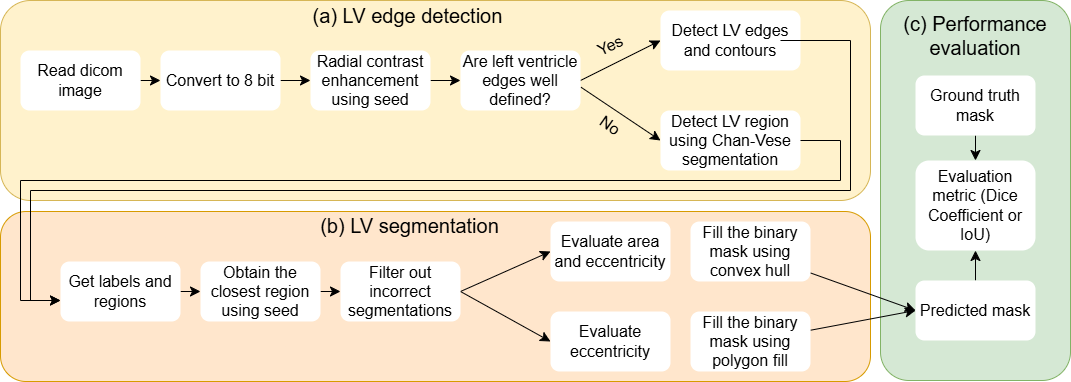
The draw.io diagram edge_detection_and_contours/edge_detection_pipeline.png in electronjia/heart_cardiac_mri_image_processing, before a commit. Source tidied: cells renumbered, new cells last; positions are measured from the earlier drawing's top-left corner, leaving out a move shared by most shapes.
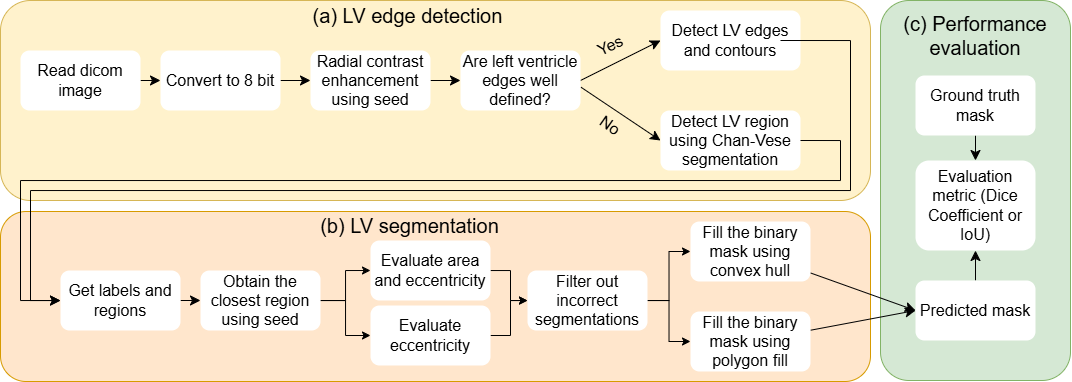
Later version of the same file.

The edit, as a diff of the source:
```diff
@@ -37,8 +37,11 @@
     <mxCell id="12" style="edgeStyle=none;curved=1;rounded=0;jettySize=auto;html=1;entryX=0;entryY=0.5;entryDx=0;entryDy=0;fontSize=12;startSize=8;endSize=8;fontFamily=Helvetica;strokeColor=none;" parent="1" edge="1" source="13" target="11">
       <mxGeometry relative="1" as="geometry" />
     </mxCell>
+    <mxCell id="50" style="edgeStyle=orthogonalEdgeStyle;rounded=0;jettySize=auto;html=1;" parent="1" edge="1" source="13" target="18">
+      <mxGeometry relative="1" as="geometry" />
+    </mxCell>
     <mxCell id="13" value="Evaluate area and eccentricity" style="rounded=1;whiteSpace=wrap;html=1;fontFamily=Helvetica;fontSize=16;strokeColor=none;" parent="1" vertex="1">
-      <mxGeometry x="550" y="221" width="120" height="60" as="geometry" />
+      <mxGeometry x="370" y="240" width="120" height="60" as="geometry" />
     </mxCell>
     <mxCell id="14" style="edgeStyle=none;curved=1;rounded=0;jettySize=auto;html=1;entryX=0;entryY=0.5;entryDx=0;entryDy=0;fontSize=12;startSize=8;endSize=8;exitX=1;exitY=0.5;exitDx=0;exitDy=0;fontFamily=Helvetica;strokeColor=none;" parent="1" edge="1" source="18" target="13">
       <mxGeometry relative="1" as="geometry" />
@@ -49,23 +52,26 @@
         <mxPoint x="550" y="342" as="targetPoint" />
       </mxGeometry>
     </mxCell>
-    <mxCell id="16" style="edgeStyle=none;curved=1;rounded=0;jettySize=auto;html=1;entryX=0;entryY=0.5;entryDx=0;entryDy=0;fontSize=12;startSize=8;endSize=8;exitX=1;exitY=0.5;exitDx=0;exitDy=0;" parent="1" edge="1" source="18" target="13">
-      <mxGeometry relative="1" as="geometry" />
-    </mxCell>
-    <mxCell id="17" style="edgeStyle=none;curved=1;rounded=0;jettySize=auto;html=1;entryX=0;entryY=0.5;entryDx=0;entryDy=0;fontSize=12;startSize=8;endSize=8;exitX=1;exitY=0.5;exitDx=0;exitDy=0;" parent="1" edge="1" source="18" target="31">
-      <mxGeometry relative="1" as="geometry" />
-    </mxCell>
+    <mxCell id="51" style="edgeStyle=orthogonalEdgeStyle;rounded=0;jettySize=auto;html=1;" parent="1" edge="1" source="18" target="11">
+      <mxGeometry relative="1" as="geometry" />
+    </mxCell>
+    <mxCell id="52" style="edgeStyle=orthogonalEdgeStyle;rounded=0;jettySize=auto;html=1;" parent="1" edge="1" source="18" target="29">
+      <mxGeometry relative="1" as="geometry" />
+    </mxCell>
     <mxCell id="18" value="Filter out incorrect segmentations" style="rounded=1;whiteSpace=wrap;html=1;fontFamily=Helvetica;fontSize=16;strokeColor=none;" parent="1" vertex="1">
-      <mxGeometry x="340" y="261" width="120" height="60" as="geometry" />
+      <mxGeometry x="527" y="270" width="120" height="60" as="geometry" />
     </mxCell>
     <mxCell id="19" style="edgeStyle=none;curved=1;rounded=0;jettySize=auto;html=1;entryX=0;entryY=0.5;entryDx=0;entryDy=0;fontSize=12;startSize=8;endSize=8;fontFamily=Helvetica;strokeColor=none;" parent="1" edge="1" source="21" target="18">
       <mxGeometry relative="1" as="geometry" />
     </mxCell>
-    <mxCell id="20" style="edgeStyle=none;curved=1;rounded=0;jettySize=auto;html=1;entryX=0;entryY=0.5;entryDx=0;entryDy=0;fontSize=12;startSize=8;endSize=8;" parent="1" edge="1" source="21" target="18">
-      <mxGeometry relative="1" as="geometry" />
-    </mxCell>
+    <mxCell id="53" style="edgeStyle=orthogonalEdgeStyle;rounded=0;jettySize=auto;html=1;entryX=0;entryY=0.5;entryDx=0;entryDy=0;" parent="1" edge="1" source="21" target="13">
+      <mxGeometry relative="1" as="geometry" />
+    </mxCell>
+    <mxCell id="54" style="edgeStyle=orthogonalEdgeStyle;rounded=0;jettySize=auto;html=1;entryX=0;entryY=0.5;entryDx=0;entryDy=0;" parent="1" edge="1" source="21" target="31">
+      <mxGeometry relative="1" as="geometry" />
+    </mxCell>
     <mxCell id="21" value="Obtain the closest region using seed" style="rounded=1;whiteSpace=wrap;html=1;fontFamily=Helvetica;fontSize=16;strokeColor=none;" parent="1" vertex="1">
-      <mxGeometry x="200" y="261" width="120" height="60" as="geometry" />
+      <mxGeometry x="200" y="270" width="120" height="60" as="geometry" />
     </mxCell>
     <mxCell id="22" style="edgeStyle=none;curved=1;rounded=0;jettySize=auto;html=1;entryX=0;entryY=0.5;entryDx=0;entryDy=0;fontSize=12;startSize=8;endSize=8;fontFamily=Helvetica;strokeColor=none;" parent="1" edge="1" source="24" target="21">
       <mxGeometry relative="1" as="geometry" />
@@ -74,7 +80,7 @@
       <mxGeometry relative="1" as="geometry" />
     </mxCell>
     <mxCell id="24" value="Get labels and regions" style="rounded=1;whiteSpace=wrap;html=1;fontFamily=Helvetica;fontSize=16;strokeColor=none;" parent="1" vertex="1">
-      <mxGeometry x="60" y="261" width="120" height="60" as="geometry" />
+      <mxGeometry x="60" y="270" width="120" height="60" as="geometry" />
     </mxCell>
     <mxCell id="25" value="Detect LV edges and contours" style="rounded=1;whiteSpace=wrap;html=1;fontSize=16;strokeColor=none;fontFamily=Helvetica;" parent="1" vertex="1">
       <mxGeometry x="660" y="10" width="140" height="60" as="geometry" />
@@ -94,8 +100,11 @@
     <mxCell id="30" style="edgeStyle=none;curved=1;rounded=0;jettySize=auto;html=1;entryX=0;entryY=0.5;entryDx=0;entryDy=0;fontSize=12;startSize=8;endSize=8;fontFamily=Helvetica;strokeColor=none;" parent="1" edge="1" source="31" target="29">
       <mxGeometry relative="1" as="geometry" />
     </mxCell>
+    <mxCell id="55" style="edgeStyle=orthogonalEdgeStyle;rounded=0;jettySize=auto;html=1;" parent="1" edge="1" source="31" target="18">
+      <mxGeometry relative="1" as="geometry" />
+    </mxCell>
     <mxCell id="31" value="Evaluate eccentricity" style="rounded=1;whiteSpace=wrap;html=1;fontFamily=Helvetica;fontSize=16;strokeColor=none;" parent="1" vertex="1">
-      <mxGeometry x="550" y="311" width="120" height="60" as="geometry" />
+      <mxGeometry x="370" y="305" width="120" height="60" as="geometry" />
     </mxCell>
     <mxCell id="32" value="Detect LV region using Chan-Vese segmentation" style="rounded=1;whiteSpace=wrap;html=1;fontSize=16;strokeColor=none;fontFamily=Helvetica;" parent="1" vertex="1">
       <mxGeometry x="660" y="110" width="140" height="60" as="geometry" />
```
